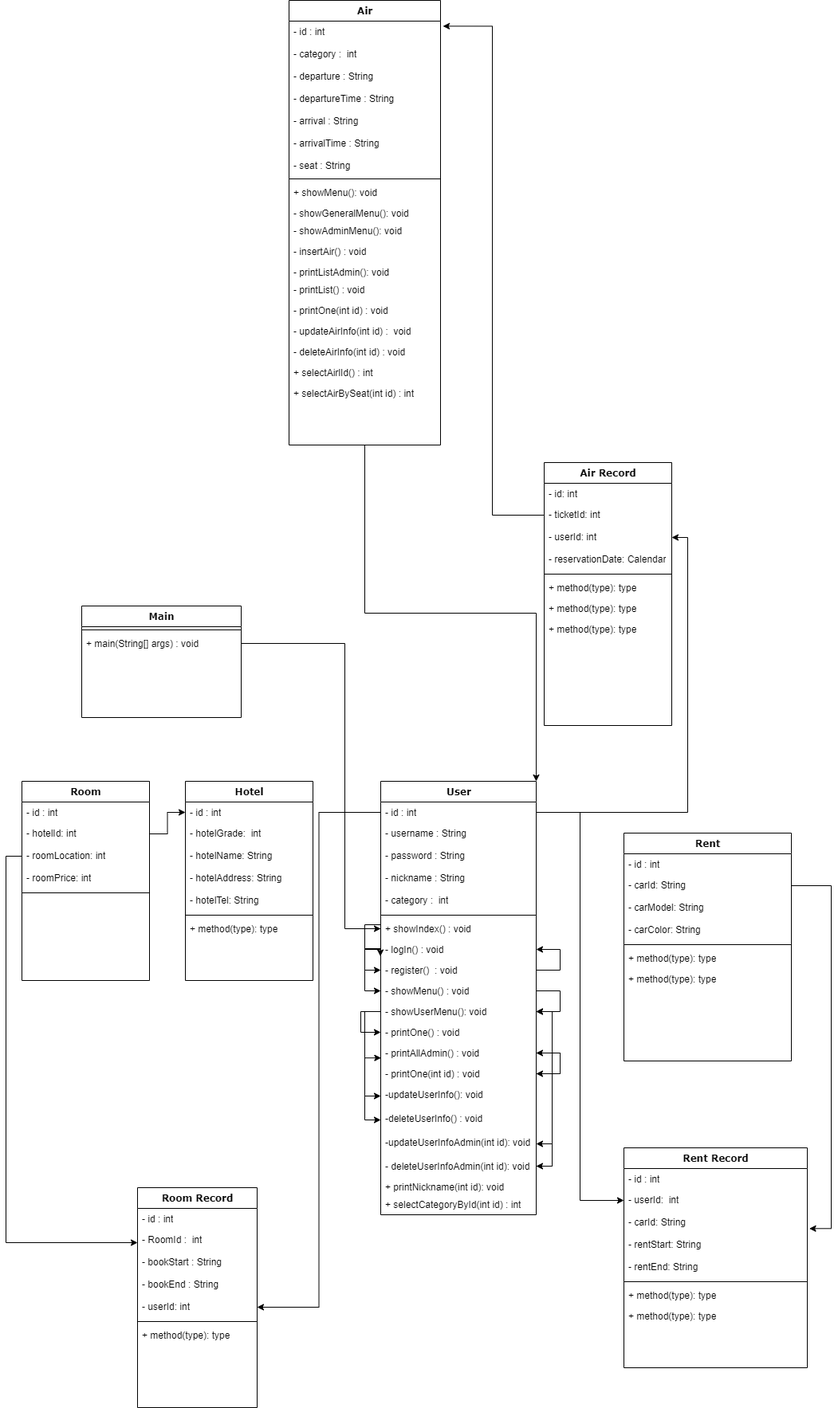
Earlier version of the draw.io export TravelProject/제목 없는 다이어그램의 복사본.drawio.png (yunheeversal/Study). Source tidied: cells renumbered, new cells last; positions are measured from the earlier drawing's top-left corner, leaving out a move shared by most shapes.
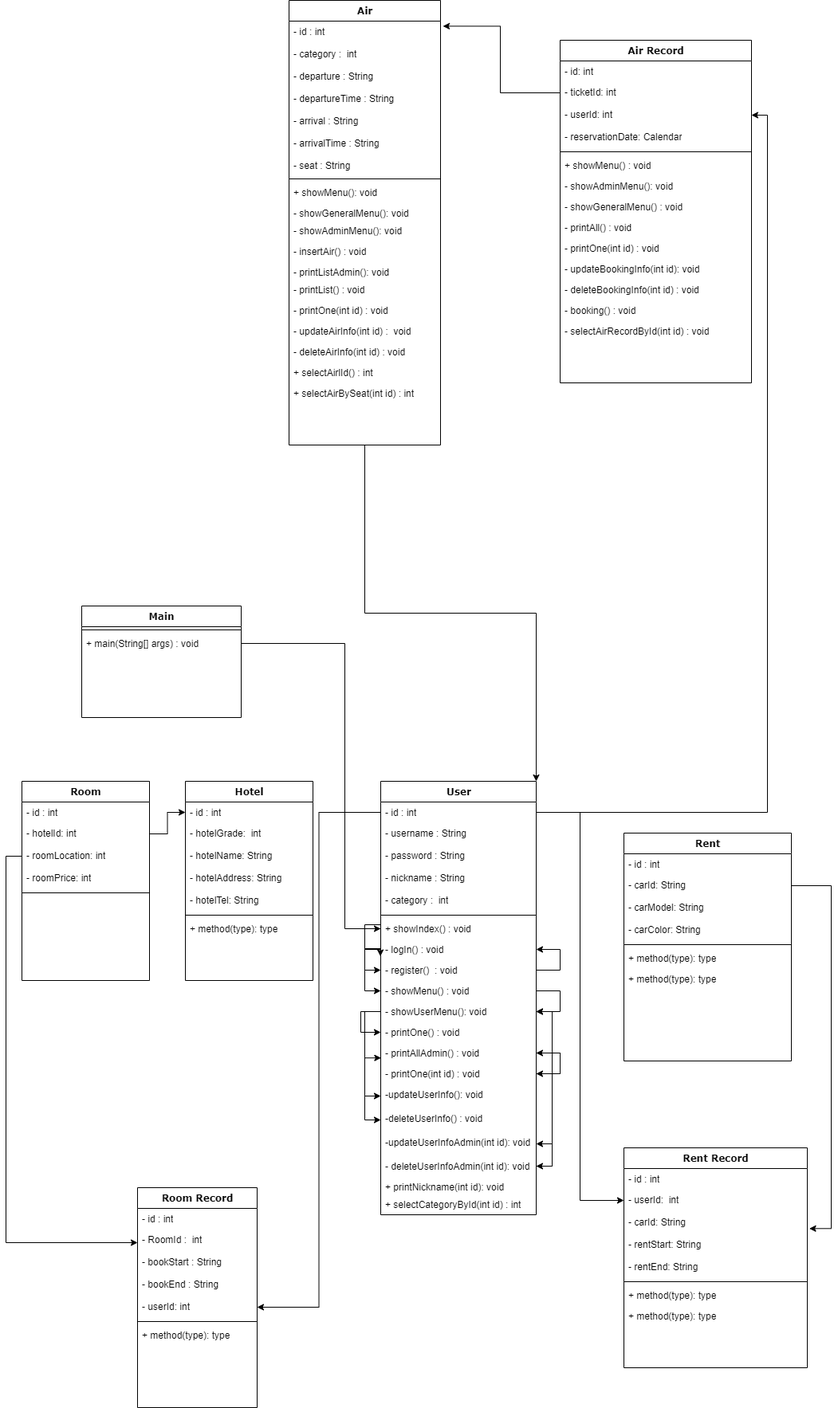
The same diagram one commit later.

Commit message:
제목 없는 다이어그램의 복사본.drawio.png 업데이트

Change to the diagram source:
```diff
@@ -160,32 +160,50 @@
       <mxGeometry y="496" width="195" height="26" as="geometry" />
     </mxCell>
     <mxCell id="44" value="Air Record" style="swimlane;html=1;fontStyle=1;align=center;verticalAlign=top;horizontal=1;startSize=26;swimlaneFillColor=#ffffff;rounded=0;shadow=0;comic=0;labelBackgroundColor=none;strokeWidth=1;fillColor=none;fontFamily=Verdana;fontSize=12;" parent="1" vertex="1">
-      <mxGeometry x="655" y="580" width="160" height="330" as="geometry" />
+      <mxGeometry x="675" y="50" width="240" height="430" as="geometry" />
     </mxCell>
     <mxCell id="45" value="-&amp;nbsp;id: int" style="text;html=1;strokeColor=none;fillColor=none;align=left;verticalAlign=top;spacingLeft=4;spacingRight=4;whiteSpace=wrap;overflow=hidden;" parent="44" vertex="1">
-      <mxGeometry y="26" width="160" height="26" as="geometry" />
+      <mxGeometry y="26" width="240" height="26" as="geometry" />
     </mxCell>
     <mxCell id="46" value="- ticketId:&amp;nbsp;int" style="text;html=1;strokeColor=none;fillColor=none;align=left;verticalAlign=top;spacingLeft=4;spacingRight=4;whiteSpace=wrap;overflow=hidden;points=[[0,0.5],[1,0.5]];portConstraint=eastwest;" parent="44" vertex="1">
-      <mxGeometry y="52" width="160" height="28" as="geometry" />
+      <mxGeometry y="52" width="240" height="28" as="geometry" />
     </mxCell>
     <mxCell id="47" value="- userId:&amp;nbsp;int" style="text;html=1;strokeColor=none;fillColor=none;align=left;verticalAlign=top;spacingLeft=4;spacingRight=4;whiteSpace=wrap;overflow=hidden;points=[[0,0.5],[1,0.5]];portConstraint=eastwest;" parent="44" vertex="1">
-      <mxGeometry y="80" width="160" height="28" as="geometry" />
+      <mxGeometry y="80" width="240" height="28" as="geometry" />
     </mxCell>
     <mxCell id="48" value="- reservationDate:&amp;nbsp;Calendar" style="text;html=1;strokeColor=none;fillColor=none;align=left;verticalAlign=top;spacingLeft=4;spacingRight=4;whiteSpace=wrap;overflow=hidden;" parent="44" vertex="1">
-      <mxGeometry y="108" width="160" height="28" as="geometry" />
+      <mxGeometry y="108" width="240" height="28" as="geometry" />
     </mxCell>
     <mxCell id="49" style="line;html=1;strokeWidth=1;fillColor=none;align=left;verticalAlign=middle;spacingTop=-1;spacingLeft=3;spacingRight=3;labelPosition=right;" parent="44" vertex="1">
-      <mxGeometry y="136" width="160" height="8" as="geometry" />
+      <mxGeometry y="136" width="240" height="8" as="geometry" />
     </mxCell>
-    <mxCell id="50" value="+ method(type): type" style="text;html=1;strokeColor=none;fillColor=none;align=left;verticalAlign=top;spacingLeft=4;spacingRight=4;whiteSpace=wrap;overflow=hidden;" parent="44" vertex="1">
-      <mxGeometry y="144" width="160" height="26" as="geometry" />
+    <mxCell id="50" value="+ showMenu() : void" style="text;html=1;strokeColor=none;fillColor=none;align=left;verticalAlign=top;spacingLeft=4;spacingRight=4;whiteSpace=wrap;overflow=hidden;" parent="44" vertex="1">
+      <mxGeometry y="144" width="240" height="26" as="geometry" />
     </mxCell>
-    <mxCell id="51" value="+ method(type): type" style="text;html=1;strokeColor=none;fillColor=none;align=left;verticalAlign=top;spacingLeft=4;spacingRight=4;whiteSpace=wrap;overflow=hidden;" parent="44" vertex="1">
-      <mxGeometry y="170" width="160" height="26" as="geometry" />
+    <mxCell id="51" value="-&amp;nbsp;showAdminMenu(): void" style="text;html=1;strokeColor=none;fillColor=none;align=left;verticalAlign=top;spacingLeft=4;spacingRight=4;whiteSpace=wrap;overflow=hidden;" parent="44" vertex="1">
+      <mxGeometry y="170" width="240" height="26" as="geometry" />
     </mxCell>
-    <mxCell id="52" value="+ method(type): type" style="text;html=1;strokeColor=none;fillColor=none;align=left;verticalAlign=top;spacingLeft=4;spacingRight=4;whiteSpace=wrap;overflow=hidden;" parent="44" vertex="1">
-      <mxGeometry y="196" width="160" height="26" as="geometry" />
+    <mxCell id="52" value="-&amp;nbsp;showGeneralMenu() : void" style="text;html=1;strokeColor=none;fillColor=none;align=left;verticalAlign=top;spacingLeft=4;spacingRight=4;whiteSpace=wrap;overflow=hidden;" parent="44" vertex="1">
+      <mxGeometry y="196" width="240" height="26" as="geometry" />
     </mxCell>
+    <mxCell id="123" value="-&amp;nbsp;printAll() : void" style="text;html=1;strokeColor=none;fillColor=none;align=left;verticalAlign=top;spacingLeft=4;spacingRight=4;whiteSpace=wrap;overflow=hidden;" parent="44" vertex="1">
+      <mxGeometry y="222" width="240" height="26" as="geometry" />
+    </mxCell>
+    <mxCell id="124" value="-&amp;nbsp;printOne(int id) : void" style="text;html=1;strokeColor=none;fillColor=none;align=left;verticalAlign=top;spacingLeft=4;spacingRight=4;whiteSpace=wrap;overflow=hidden;" parent="44" vertex="1">
+      <mxGeometry y="248" width="240" height="26" as="geometry" />
+    </mxCell>
+    <mxCell id="125" value="-&amp;nbsp;updateBookingInfo(int id): void" style="text;html=1;strokeColor=none;fillColor=none;align=left;verticalAlign=top;spacingLeft=4;spacingRight=4;whiteSpace=wrap;overflow=hidden;" parent="44" vertex="1">
+      <mxGeometry y="274" width="240" height="26" as="geometry" />
+    </mxCell>
+    <mxCell id="126" value="-&amp;nbsp;deleteBookingInfo(int id) : void" style="text;html=1;strokeColor=none;fillColor=none;align=left;verticalAlign=top;spacingLeft=4;spacingRight=4;whiteSpace=wrap;overflow=hidden;" parent="44" vertex="1">
+      <mxGeometry y="300" width="240" height="26" as="geometry" />
+    </mxCell>
+    <mxCell id="127" value="-&amp;nbsp;booking() : void" style="text;html=1;strokeColor=none;fillColor=none;align=left;verticalAlign=top;spacingLeft=4;spacingRight=4;whiteSpace=wrap;overflow=hidden;" parent="44" vertex="1">
+      <mxGeometry y="326" width="240" height="26" as="geometry" />
+    </mxCell>
+    <mxCell id="128" value="-&amp;nbsp;selectAirRecordById(int id) : void" style="text;html=1;strokeColor=none;fillColor=none;align=left;verticalAlign=top;spacingLeft=4;spacingRight=4;whiteSpace=wrap;overflow=hidden;" parent="44" vertex="1">
+      <mxGeometry y="352" width="240" height="26" as="geometry" />
+    </mxCell>
     <mxCell id="53" value="Room" style="swimlane;html=1;fontStyle=1;align=center;verticalAlign=top;horizontal=1;startSize=26;swimlaneFillColor=#ffffff;rounded=0;shadow=0;comic=0;labelBackgroundColor=none;strokeWidth=1;fillColor=none;fontFamily=Verdana;fontSize=12;" parent="1" vertex="1">
       <mxGeometry y="980" width="160" height="250" as="geometry" />
     </mxCell>
```
